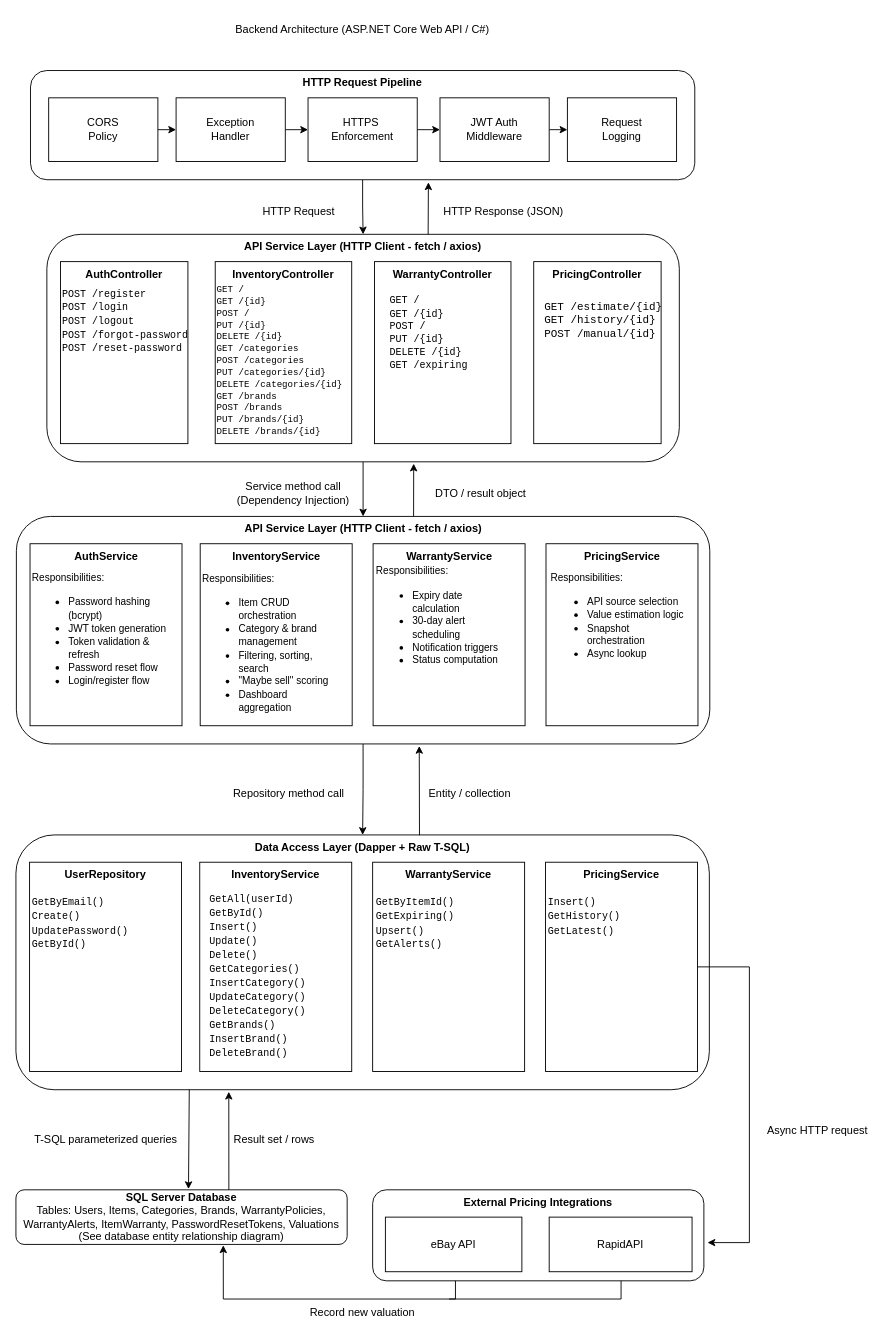
Earlier version of the draw.io diagram BackendSchema.drawio (DanMarDev/TAMS). Source tidied: cells renumbered, new cells numbered last; positions are measured from the earlier drawing's top-left corner, leaving out a move shared by most shapes. Both pictures are drawn from the tidied source at 91%, with x=0, y=0 at pixel (15, 15).
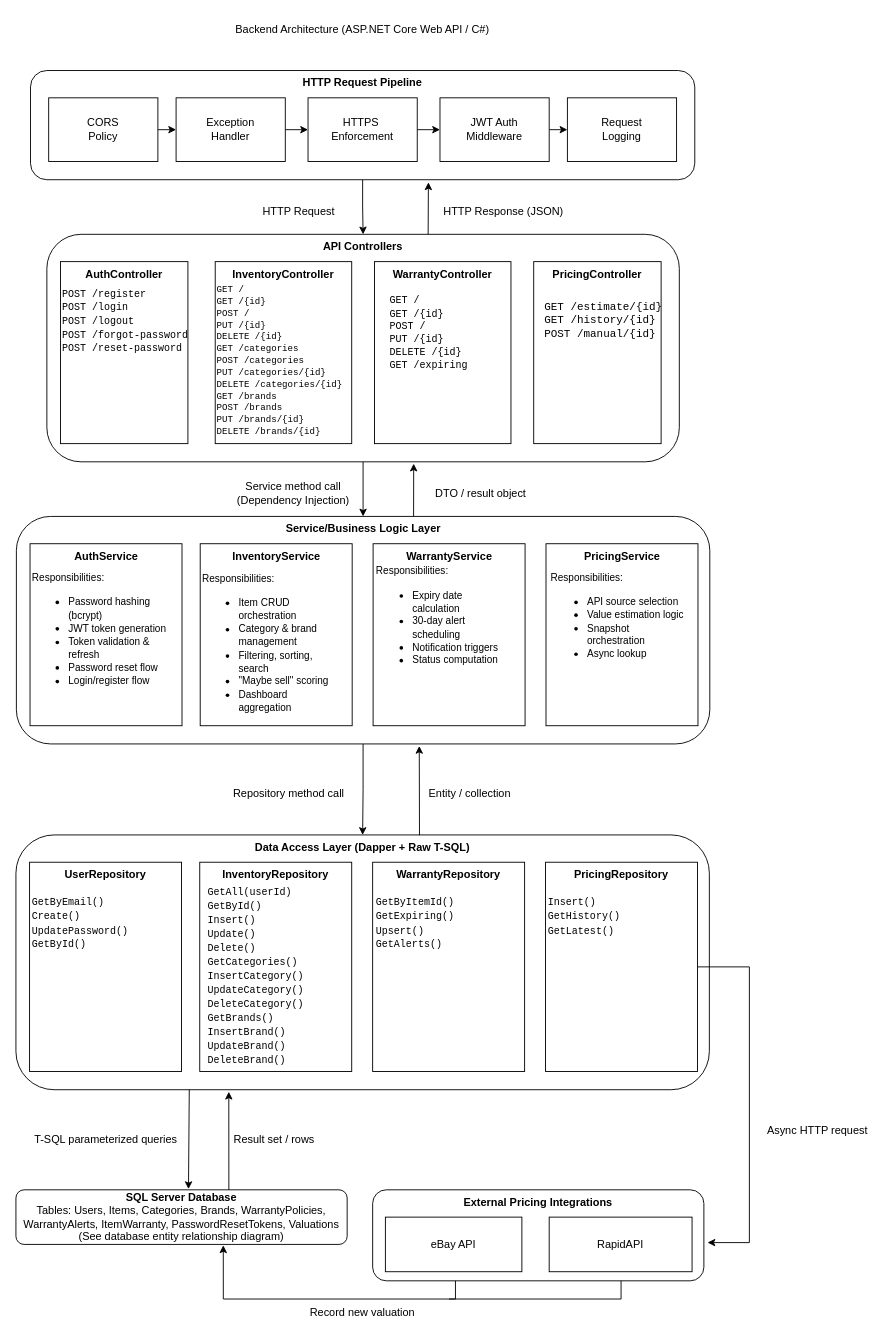
Above is the later version.

What changed in the source:
```diff
@@
-    <mxCell id="15" value="&lt;b&gt;API Service Layer (HTTP Client - fetch / axios)&lt;/b&gt;" style="rounded=1;whiteSpace=wrap;html=1;verticalAlign=top;" parent="1" vertex="1">
+    <mxCell id="15" value="&lt;b&gt;API Controllers&lt;/b&gt;" style="rounded=1;whiteSpace=wrap;html=1;verticalAlign=top;" parent="1" vertex="1">
       <mxGeometry x="34" y="240" width="695" height="250" as="geometry" />
     </mxCell>
@@
-    <mxCell id="26" value="&lt;b&gt;API Service Layer (HTTP Client - fetch / axios)&lt;/b&gt;" style="rounded=1;whiteSpace=wrap;html=1;verticalAlign=top;" parent="1" vertex="1">
+    <mxCell id="26" value="&lt;b&gt;Service/Business Logic Layer&lt;/b&gt;" style="rounded=1;whiteSpace=wrap;html=1;verticalAlign=top;" parent="1" vertex="1">
       <mxGeometry x="0.5" y="550" width="762" height="250" as="geometry" />
     </mxCell>
@@
-    <mxCell id="38" value="&lt;b&gt;InventoryService&lt;/b&gt;" style="whiteSpace=wrap;html=1;verticalAlign=top;align=center;" parent="1" vertex="1">
+    <mxCell id="38" value="&lt;b&gt;InventoryRepository&lt;/b&gt;" style="whiteSpace=wrap;html=1;verticalAlign=top;align=center;" parent="1" vertex="1">
       <mxGeometry x="202" y="930" width="167" height="230" as="geometry" />
     </mxCell>
-    <mxCell id="39" value="&lt;b&gt;WarrantyService&lt;/b&gt;" style="whiteSpace=wrap;html=1;verticalAlign=top;align=center;" parent="1" vertex="1">
+    <mxCell id="39" value="&lt;b&gt;WarrantyRepository&lt;/b&gt;" style="whiteSpace=wrap;html=1;verticalAlign=top;align=center;" parent="1" vertex="1">
       <mxGeometry x="392" y="930" width="167" height="230" as="geometry" />
     </mxCell>
@@
-    <mxCell id="41" value="&lt;b&gt;PricingService&lt;/b&gt;" style="whiteSpace=wrap;html=1;verticalAlign=top;align=center;" parent="1" vertex="1">
+    <mxCell id="41" value="&lt;b&gt;PricingRepository&lt;/b&gt;" style="whiteSpace=wrap;html=1;verticalAlign=top;align=center;" parent="1" vertex="1">
       <mxGeometry x="582" y="930" width="167" height="230" as="geometry" />
     </mxCell>
@@
-    <mxCell id="44" value="&lt;div&gt;&lt;font face=&quot;Courier New&quot;&gt;&lt;span style=&quot;font-size: 11px;&quot;&gt;GetAll(userId)&lt;/span&gt;&lt;/font&gt;&lt;/div&gt;&lt;div&gt;&lt;font face=&quot;Courier New&quot;&gt;&lt;span style=&quot;font-size: 11px;&quot;&gt;GetById()&lt;/span&gt;&lt;/font&gt;&lt;/div&gt;&lt;div&gt;&lt;font face=&quot;Courier New&quot;&gt;&lt;span style=&quot;font-size: 11px;&quot;&gt;Insert()&lt;/span&gt;&lt;/font&gt;&lt;/div&gt;&lt;div&gt;&lt;font face=&quot;Courier New&quot;&gt;&lt;span style=&quot;font-size: 11px;&quot;&gt;Update()&lt;/span&gt;&lt;/font&gt;&lt;/div&gt;&lt;div&gt;&lt;font face=&quot;Courier New&quot;&gt;&lt;span style=&quot;font-size: 11px;&quot;&gt;Delete()&lt;/span&gt;&lt;/font&gt;&lt;/div&gt;&lt;div&gt;&lt;font face=&quot;Courier New&quot;&gt;&lt;span style=&quot;font-size: 11px;&quot;&gt;GetCategories()&lt;/span&gt;&lt;/font&gt;&lt;/div&gt;&lt;div&gt;&lt;font face=&quot;Courier New&quot;&gt;&lt;span style=&quot;font-size: 11px;&quot;&gt;InsertCategory()&lt;/span&gt;&lt;/font&gt;&lt;/div&gt;&lt;div&gt;&lt;font face=&quot;Courier New&quot;&gt;&lt;span style=&quot;font-size: 11px;&quot;&gt;UpdateCategory()&lt;/span&gt;&lt;/font&gt;&lt;/div&gt;&lt;div&gt;&lt;font face=&quot;Courier New&quot;&gt;&lt;span style=&quot;font-size: 11px;&quot;&gt;DeleteCategory()&lt;/span&gt;&lt;/font&gt;&lt;/div&gt;&lt;div&gt;&lt;font face=&quot;Courier New&quot;&gt;&lt;span style=&quot;font-size: 11px;&quot;&gt;GetBrands()&lt;/span&gt;&lt;/font&gt;&lt;/div&gt;&lt;div&gt;&lt;font face=&quot;Courier New&quot;&gt;&lt;span style=&quot;font-size: 11px;&quot;&gt;InsertBrand()&lt;/span&gt;&lt;/font&gt;&lt;/div&gt;&lt;div&gt;&lt;font face=&quot;Courier New&quot;&gt;&lt;span style=&quot;font-size: 11px;&quot;&gt;DeleteBrand()&lt;/span&gt;&lt;/font&gt;&lt;/div&gt;" style="text;html=1;whiteSpace=wrap;strokeColor=none;fillColor=none;align=left;verticalAlign=middle;rounded=0;" parent="1" vertex="1">
-      <mxGeometry x="210.5" y="960" width="150" height="190" as="geometry" />
+    <mxCell id="44" value="&lt;div&gt;&lt;font face=&quot;Courier New&quot;&gt;&lt;span style=&quot;font-size: 11px;&quot;&gt;GetAll(userId)&lt;/span&gt;&lt;/font&gt;&lt;/div&gt;&lt;div&gt;&lt;font face=&quot;Courier New&quot;&gt;&lt;span style=&quot;font-size: 11px;&quot;&gt;GetById()&lt;/span&gt;&lt;/font&gt;&lt;/div&gt;&lt;div&gt;&lt;font face=&quot;Courier New&quot;&gt;&lt;span style=&quot;font-size: 11px;&quot;&gt;Insert()&lt;/span&gt;&lt;/font&gt;&lt;/div&gt;&lt;div&gt;&lt;font face=&quot;Courier New&quot;&gt;&lt;span style=&quot;font-size: 11px;&quot;&gt;Update()&lt;/span&gt;&lt;/font&gt;&lt;/div&gt;&lt;div&gt;&lt;font face=&quot;Courier New&quot;&gt;&lt;span style=&quot;font-size: 11px;&quot;&gt;Delete()&lt;/span&gt;&lt;/font&gt;&lt;/div&gt;&lt;div&gt;&lt;font face=&quot;Courier New&quot;&gt;&lt;span style=&quot;font-size: 11px;&quot;&gt;GetCategories()&lt;/span&gt;&lt;/font&gt;&lt;/div&gt;&lt;div&gt;&lt;font face=&quot;Courier New&quot;&gt;&lt;span style=&quot;font-size: 11px;&quot;&gt;InsertCategory()&lt;/span&gt;&lt;/font&gt;&lt;/div&gt;&lt;div&gt;&lt;font face=&quot;Courier New&quot;&gt;&lt;span style=&quot;font-size: 11px;&quot;&gt;UpdateCategory()&lt;/span&gt;&lt;/font&gt;&lt;/div&gt;&lt;div&gt;&lt;font face=&quot;Courier New&quot;&gt;&lt;span style=&quot;font-size: 11px;&quot;&gt;DeleteCategory()&lt;/span&gt;&lt;/font&gt;&lt;/div&gt;&lt;div&gt;&lt;font face=&quot;Courier New&quot;&gt;&lt;span style=&quot;font-size: 11px;&quot;&gt;GetBrands()&lt;/span&gt;&lt;/font&gt;&lt;/div&gt;&lt;div&gt;&lt;font face=&quot;Courier New&quot;&gt;&lt;span style=&quot;font-size: 11px;&quot;&gt;InsertBrand()&lt;/span&gt;&lt;/font&gt;&lt;/div&gt;&lt;div&gt;&lt;font face=&quot;Courier New&quot;&gt;&lt;span style=&quot;font-size: 11px;&quot;&gt;UpdateBrand()&lt;/span&gt;&lt;/font&gt;&lt;/div&gt;&lt;div&gt;&lt;font face=&quot;Courier New&quot;&gt;&lt;span style=&quot;font-size: 11px;&quot;&gt;DeleteBrand()&lt;/span&gt;&lt;/font&gt;&lt;/div&gt;" style="text;html=1;whiteSpace=wrap;strokeColor=none;fillColor=none;align=left;verticalAlign=middle;rounded=0;" parent="1" vertex="1">
+      <mxGeometry x="209" y="940" width="150" height="230" as="geometry" />
     </mxCell>
```
